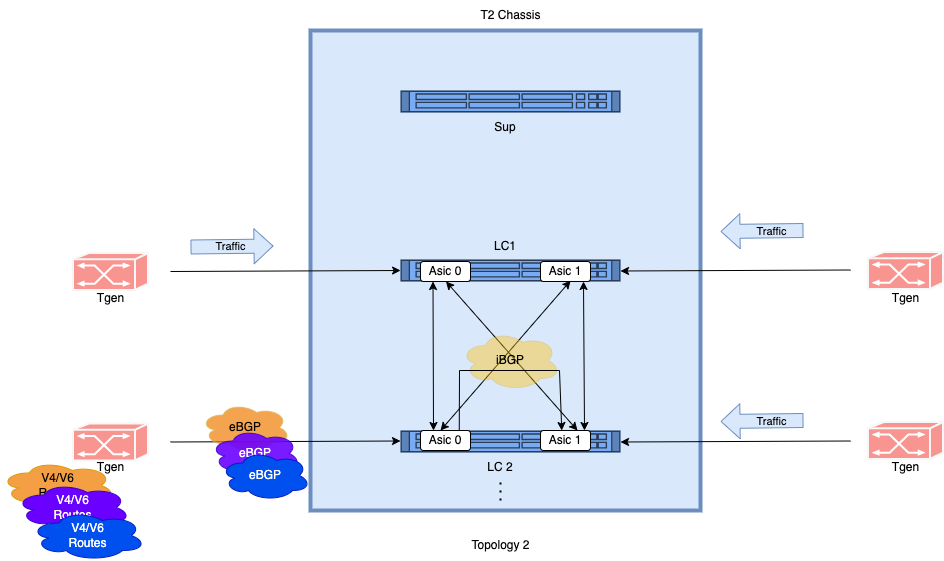
This is docs/testplan/Img/Route_Performance_multiple_sessions.png from kamalsahu0001/sonic-mgmt, a draw.io export, as it was before one commit. Source tidied: cells renumbered, new cells last; positions are measured from the earlier drawing's top-left corner, leaving out a move shared by most shapes. The source it was exported from:
```xml
<mxGraphModel>
  <root>
    <mxCell id="0" />
    <mxCell id="1" parent="0" />
    <mxCell id="2" style="whiteSpace=wrap;html=1;fillColor=#DAE8FC;strokeColor=#6c8ebf;strokeWidth=4;" parent="1" vertex="1">
      <mxGeometry x="310" y="30" width="390" height="480" as="geometry" />
    </mxCell>
    <mxCell id="3" style="shape=mxgraph.rack.cisco.cisco_catalyst_4948_switch;html=1;labelPosition=right;align=left;spacingLeft=15;dashed=0;shadow=0;fillColor=#78abf2;strokeColor=#6c8ebf;" parent="1" vertex="1">
      <mxGeometry x="400" y="90" width="220" height="22" as="geometry" />
    </mxCell>
    <mxCell id="4" style="shape=mxgraph.rack.cisco.cisco_catalyst_4948_switch;html=1;labelPosition=right;align=left;spacingLeft=15;dashed=0;shadow=0;fillColor=#78abf2;strokeColor=#6c8ebf;fontStyle=1;" parent="1" vertex="1">
      <mxGeometry x="400" y="259" width="220" height="22" as="geometry" />
    </mxCell>
    <mxCell id="5" style="shape=mxgraph.rack.cisco.cisco_catalyst_4948_switch;html=1;labelPosition=right;align=left;spacingLeft=15;dashed=0;shadow=0;fillColor=#78abf2;strokeColor=#6c8ebf;" parent="1" vertex="1">
      <mxGeometry x="400" y="430" width="220" height="22" as="geometry" />
    </mxCell>
    <mxCell id="6" value="Asic 0" style="rounded=1;whiteSpace=wrap;html=1;" parent="1" vertex="1">
      <mxGeometry x="420" y="261" width="50" height="20" as="geometry" />
    </mxCell>
    <mxCell id="7" value="Asic 1" style="rounded=1;whiteSpace=wrap;html=1;" parent="1" vertex="1">
      <mxGeometry x="540" y="261" width="50" height="20" as="geometry" />
    </mxCell>
    <mxCell id="8" value="Asic 1" style="rounded=1;whiteSpace=wrap;html=1;" parent="1" vertex="1">
      <mxGeometry x="540" y="430" width="50" height="20" as="geometry" />
    </mxCell>
    <mxCell id="9" value="Asic 0" style="rounded=1;whiteSpace=wrap;html=1;" parent="1" vertex="1">
      <mxGeometry x="420" y="430" width="50" height="20" as="geometry" />
    </mxCell>
    <mxCell id="10" value="LC1" style="text;html=1;strokeColor=none;fillColor=none;align=center;verticalAlign=middle;whiteSpace=wrap;rounded=0;" parent="1" vertex="1">
      <mxGeometry x="475" y="231" width="60" height="30" as="geometry" />
    </mxCell>
    <mxCell id="11" value="LC 2" style="text;html=1;strokeColor=none;fillColor=none;align=center;verticalAlign=middle;whiteSpace=wrap;rounded=0;" parent="1" vertex="1">
      <mxGeometry x="470" y="452" width="60" height="30" as="geometry" />
    </mxCell>
    <mxCell id="12" style="endArrow=classic;startArrow=classic;html=1;rounded=0;entryX=0.25;entryY=1;entryDx=0;entryDy=0;" parent="1" edge="1" target="6">
      <mxGeometry relative="1" as="geometry">
        <mxPoint x="433" y="430" as="sourcePoint" />
      </mxGeometry>
    </mxCell>
    <mxCell id="13" style="endArrow=classic;startArrow=classic;html=1;rounded=0;entryX=0.25;entryY=1;entryDx=0;entryDy=0;" parent="1" edge="1">
      <mxGeometry relative="1" as="geometry">
        <mxPoint x="584" y="430" as="sourcePoint" />
        <mxPoint x="583" y="281" as="targetPoint" />
      </mxGeometry>
    </mxCell>
    <mxCell id="14" style="endArrow=classic;startArrow=classic;html=1;rounded=0;entryX=0.667;entryY=0.521;entryDx=0;entryDy=0;entryPerimeter=0;" parent="1" edge="1" target="2">
      <mxGeometry relative="1" as="geometry">
        <mxPoint x="440" y="430" as="sourcePoint" />
      </mxGeometry>
    </mxCell>
    <mxCell id="15" style="endArrow=classic;startArrow=classic;html=1;rounded=0;entryX=0.359;entryY=0.521;entryDx=0;entryDy=0;entryPerimeter=0;exitX=0.58;exitY=-0.3;exitDx=0;exitDy=0;exitPerimeter=0;" parent="1" edge="1">
      <mxGeometry relative="1" as="geometry">
        <mxPoint x="577" y="430" as="sourcePoint" />
        <mxPoint x="445.5" y="281" as="targetPoint" />
      </mxGeometry>
    </mxCell>
    <mxCell id="16" value="iBGP" style="ellipse;shape=cloud;whiteSpace=wrap;html=1;fillColor=#ffbf00;opacity=40;strokeColor=#d6b656;" parent="1" vertex="1">
      <mxGeometry x="460" y="330" width="100" height="60" as="geometry" />
    </mxCell>
    <mxCell id="17" value="Sup" style="text;html=1;strokeColor=none;fillColor=none;align=center;verticalAlign=middle;whiteSpace=wrap;rounded=0;" parent="1" vertex="1">
      <mxGeometry x="475" y="112" width="60" height="30" as="geometry" />
    </mxCell>
    <mxCell id="18" style="endArrow=classic;html=1;rounded=0;entryX=0.231;entryY=0.5;entryDx=0;entryDy=0;entryPerimeter=0;" parent="1" edge="1" target="2">
      <mxGeometry relative="1" as="geometry">
        <mxPoint x="170" y="271" as="sourcePoint" />
      </mxGeometry>
    </mxCell>
    <mxCell id="19" style="endArrow=classic;html=1;rounded=0;entryX=0.231;entryY=0.5;entryDx=0;entryDy=0;entryPerimeter=0;" parent="1" edge="1">
      <mxGeometry relative="1" as="geometry">
        <mxPoint x="850" y="269.5" as="sourcePoint" />
        <mxPoint x="620" y="270.5" as="targetPoint" />
      </mxGeometry>
    </mxCell>
    <mxCell id="20" style="endArrow=classic;html=1;rounded=0;entryX=0.231;entryY=0.5;entryDx=0;entryDy=0;entryPerimeter=0;" parent="1" edge="1">
      <mxGeometry relative="1" as="geometry">
        <mxPoint x="850" y="440.5" as="sourcePoint" />
        <mxPoint x="620" y="441.5" as="targetPoint" />
      </mxGeometry>
    </mxCell>
    <mxCell id="21" style="shape=flexArrow;endArrow=classic;html=1;rounded=0;width=14;fillColor=#dae8fc;strokeColor=#6c8ebf;" parent="1" edge="1">
      <mxGeometry relative="1" as="geometry">
        <mxPoint x="190" y="246.5" as="sourcePoint" />
        <mxPoint x="273" y="245.5" as="targetPoint" />
      </mxGeometry>
    </mxCell>
    <mxCell id="22" value="Traffic" style="edgeLabel;html=1;align=center;verticalAlign=middle;labelBackgroundColor=none;" parent="21" vertex="1">
      <mxGeometry x="0.48" y="1" relative="1" as="geometry">
        <mxPoint x="-21" y="1" as="offset" />
      </mxGeometry>
    </mxCell>
    <mxCell id="23" style="shape=flexArrow;endArrow=classic;html=1;rounded=0;width=14;fillColor=#dae8fc;strokeColor=#6c8ebf;" parent="1" edge="1">
      <mxGeometry relative="1" as="geometry">
        <mxPoint x="803" y="230" as="sourcePoint" />
        <mxPoint x="720" y="231" as="targetPoint" />
      </mxGeometry>
    </mxCell>
    <mxCell id="24" value="Traffic" style="edgeLabel;html=1;align=center;verticalAlign=middle;labelBackgroundColor=none;" parent="23" vertex="1">
      <mxGeometry x="0.48" y="1" relative="1" as="geometry">
        <mxPoint x="28" y="-1" as="offset" />
      </mxGeometry>
    </mxCell>
    <mxCell id="25" style="shape=flexArrow;endArrow=classic;html=1;rounded=0;width=14;fillColor=#dae8fc;strokeColor=#6c8ebf;" parent="1" edge="1">
      <mxGeometry relative="1" as="geometry">
        <mxPoint x="803" y="420" as="sourcePoint" />
        <mxPoint x="720" y="421" as="targetPoint" />
      </mxGeometry>
    </mxCell>
    <mxCell id="26" value="Traffic" style="edgeLabel;html=1;align=center;verticalAlign=middle;labelBackgroundColor=none;" parent="25" vertex="1">
      <mxGeometry x="0.48" y="1" relative="1" as="geometry">
        <mxPoint x="28" y="-1" as="offset" />
      </mxGeometry>
    </mxCell>
    <mxCell id="27" style="endArrow=classic;html=1;rounded=0;entryX=0.231;entryY=0.5;entryDx=0;entryDy=0;entryPerimeter=0;" parent="1" edge="1">
      <mxGeometry relative="1" as="geometry">
        <mxPoint x="170" y="441.5" as="sourcePoint" />
        <mxPoint x="400" y="440.5" as="targetPoint" />
      </mxGeometry>
    </mxCell>
    <mxCell id="28" value="Tgen" style="text;html=1;align=center;verticalAlign=middle;strokeColor=none;fillColor=none;" parent="1" vertex="1">
      <mxGeometry x="85" y="283" width="50" height="30" as="geometry" />
    </mxCell>
    <mxCell id="29" value="Tgen" style="text;html=1;align=center;verticalAlign=middle;strokeColor=none;fillColor=none;" parent="1" vertex="1">
      <mxGeometry x="85" y="452" width="50" height="30" as="geometry" />
    </mxCell>
    <mxCell id="30" value="Tgen" style="text;html=1;align=center;verticalAlign=middle;strokeColor=none;fillColor=none;" parent="1" vertex="1">
      <mxGeometry x="880" y="452" width="50" height="30" as="geometry" />
    </mxCell>
    <mxCell id="31" value="Tgen" style="text;html=1;align=center;verticalAlign=middle;strokeColor=none;fillColor=none;" parent="1" vertex="1">
      <mxGeometry x="880" y="283" width="50" height="30" as="geometry" />
    </mxCell>
    <mxCell id="32" style="endArrow=none;dashed=1;html=1;dashPattern=1 3;strokeWidth=2;rounded=0;entryX=0.5;entryY=1;entryDx=0;entryDy=0;" parent="1" edge="1" target="11">
      <mxGeometry relative="1" as="geometry">
        <mxPoint x="500" y="500" as="sourcePoint" />
      </mxGeometry>
    </mxCell>
    <mxCell id="33" value="eBGP" style="ellipse;shape=cloud;whiteSpace=wrap;html=1;fillColor=#ef7c01;opacity=70;strokeColor=#d6b656;gradientColor=none;" parent="1" vertex="1">
      <mxGeometry x="200" y="402" width="90" height="50" as="geometry" />
    </mxCell>
    <mxCell id="34" value="T2 Chassis" style="text;html=1;align=center;verticalAlign=middle;strokeColor=none;fillColor=none;" parent="1" vertex="1">
      <mxGeometry x="470" width="80" height="30" as="geometry" />
    </mxCell>
    <mxCell id="35" value="V4/V6&lt;br&gt;Routes" style="ellipse;shape=cloud;whiteSpace=wrap;html=1;fillColor=#f49f43;strokeColor=#d79b00;" parent="1" vertex="1">
      <mxGeometry y="460" width="115" height="50" as="geometry" />
    </mxCell>
    <mxCell id="36" style="endArrow=classic;html=1;rounded=0;entryX=0.25;entryY=0;entryDx=0;entryDy=0;" parent="1" edge="1">
      <mxGeometry relative="1" as="geometry">
        <mxPoint x="458.8" y="430" as="sourcePoint" />
        <mxPoint x="561.2" y="430" as="targetPoint" />
        <Array as="points">
          <mxPoint x="459" y="370" />
          <mxPoint x="559" y="370" />
        </Array>
      </mxGeometry>
    </mxCell>
    <mxCell id="37" value="eBGP" style="ellipse;shape=cloud;whiteSpace=wrap;html=1;fillColor=#6a00ff;opacity=90;strokeColor=#3700CC;fontColor=#ffffff;" parent="1" vertex="1">
      <mxGeometry x="210" y="428" width="90" height="50" as="geometry" />
    </mxCell>
    <mxCell id="38" value="eBGP" style="ellipse;shape=cloud;whiteSpace=wrap;html=1;fillColor=#0050ef;strokeColor=#001DBC;fontColor=#ffffff;" parent="1" vertex="1">
      <mxGeometry x="220" y="450" width="90" height="50" as="geometry" />
    </mxCell>
    <mxCell id="39" value="V4/V6&lt;br&gt;Routes" style="ellipse;shape=cloud;whiteSpace=wrap;html=1;fillColor=#6a00ff;strokeColor=#3700CC;fontColor=#ffffff;" parent="1" vertex="1">
      <mxGeometry x="15" y="482" width="115" height="50" as="geometry" />
    </mxCell>
    <mxCell id="40" value="V4/V6&lt;br&gt;Routes" style="ellipse;shape=cloud;whiteSpace=wrap;html=1;fillColor=#0050ef;strokeColor=#001DBC;fontColor=#ffffff;" parent="1" vertex="1">
      <mxGeometry x="30" y="510" width="115" height="50" as="geometry" />
    </mxCell>
    <mxCell id="41" value="Topology 2" style="text;html=1;align=center;verticalAlign=middle;strokeColor=none;fillColor=none;" parent="1" vertex="1">
      <mxGeometry x="460" y="530" width="80" height="30" as="geometry" />
    </mxCell>
    <mxCell id="42" style="shape=mxgraph.cisco.switches.atm_switch;sketch=0;html=1;dashed=0;fillColor=#F99590;strokeColor=#f7f7f7;strokeWidth=2;verticalLabelPosition=bottom;verticalAlign=top;align=center;gradientColor=none;" parent="1" vertex="1">
      <mxGeometry x="72.5" y="252.5" width="75" height="37" as="geometry" />
    </mxCell>
    <mxCell id="43" style="shape=mxgraph.cisco.switches.atm_switch;sketch=0;html=1;dashed=0;fillColor=#F99590;strokeColor=#f7f7f7;strokeWidth=2;verticalLabelPosition=bottom;verticalAlign=top;align=center;gradientColor=none;" parent="1" vertex="1">
      <mxGeometry x="72.5" y="423" width="75" height="37" as="geometry" />
    </mxCell>
    <mxCell id="44" style="shape=mxgraph.cisco.switches.atm_switch;sketch=0;html=1;dashed=0;fillColor=#F99590;strokeColor=#f7f7f7;strokeWidth=2;verticalLabelPosition=bottom;verticalAlign=top;align=center;gradientColor=none;" parent="1" vertex="1">
      <mxGeometry x="867.5" y="251.5" width="75" height="37" as="geometry" />
    </mxCell>
    <mxCell id="45" style="shape=mxgraph.cisco.switches.atm_switch;sketch=0;html=1;dashed=0;fillColor=#F99590;strokeColor=#f7f7f7;strokeWidth=2;verticalLabelPosition=bottom;verticalAlign=top;align=center;gradientColor=none;" parent="1" vertex="1">
      <mxGeometry x="867.5" y="421.5" width="75" height="37" as="geometry" />
    </mxCell>
  </root>
</mxGraphModel>
```
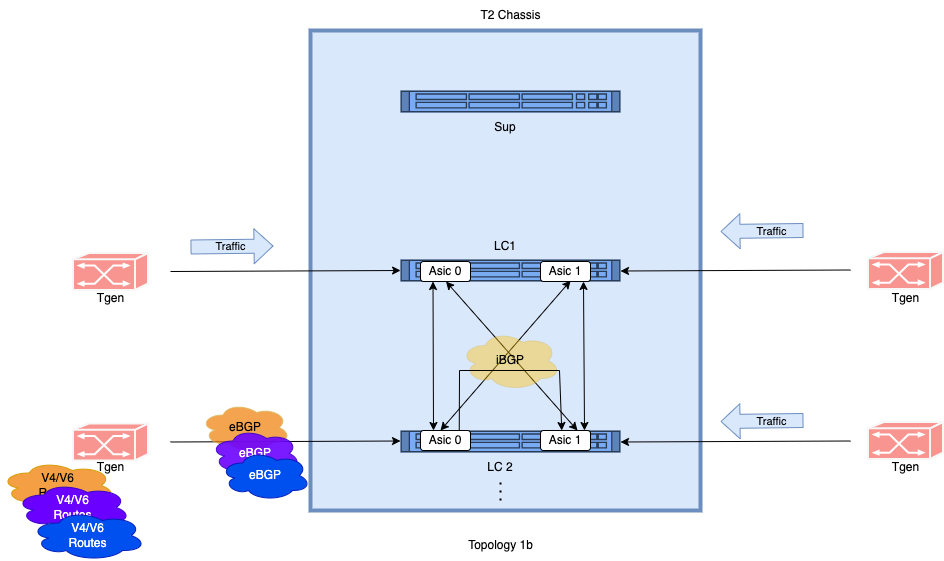
After the commit.

Diff of the diagram source:
```diff
@@ -164,8 +164,8 @@
     <mxCell id="40" value="V4/V6&lt;br&gt;Routes" style="ellipse;shape=cloud;whiteSpace=wrap;html=1;fillColor=#0050ef;strokeColor=#001DBC;fontColor=#ffffff;" parent="1" vertex="1">
       <mxGeometry x="30" y="510" width="115" height="50" as="geometry" />
     </mxCell>
-    <mxCell id="41" value="Topology 2" style="text;html=1;align=center;verticalAlign=middle;strokeColor=none;fillColor=none;" parent="1" vertex="1">
-      <mxGeometry x="460" y="530" width="80" height="30" as="geometry" />
+    <mxCell id="41" value="Topology 1b" style="text;html=1;align=center;verticalAlign=middle;strokeColor=none;fillColor=none;" parent="1" vertex="1">
+      <mxGeometry x="455" y="530" width="90" height="30" as="geometry" />
     </mxCell>
     <mxCell id="42" style="shape=mxgraph.cisco.switches.atm_switch;sketch=0;html=1;dashed=0;fillColor=#F99590;strokeColor=#f7f7f7;strokeWidth=2;verticalLabelPosition=bottom;verticalAlign=top;align=center;gradientColor=none;" parent="1" vertex="1">
       <mxGeometry x="72.5" y="252.5" width="75" height="37" as="geometry" />
```
